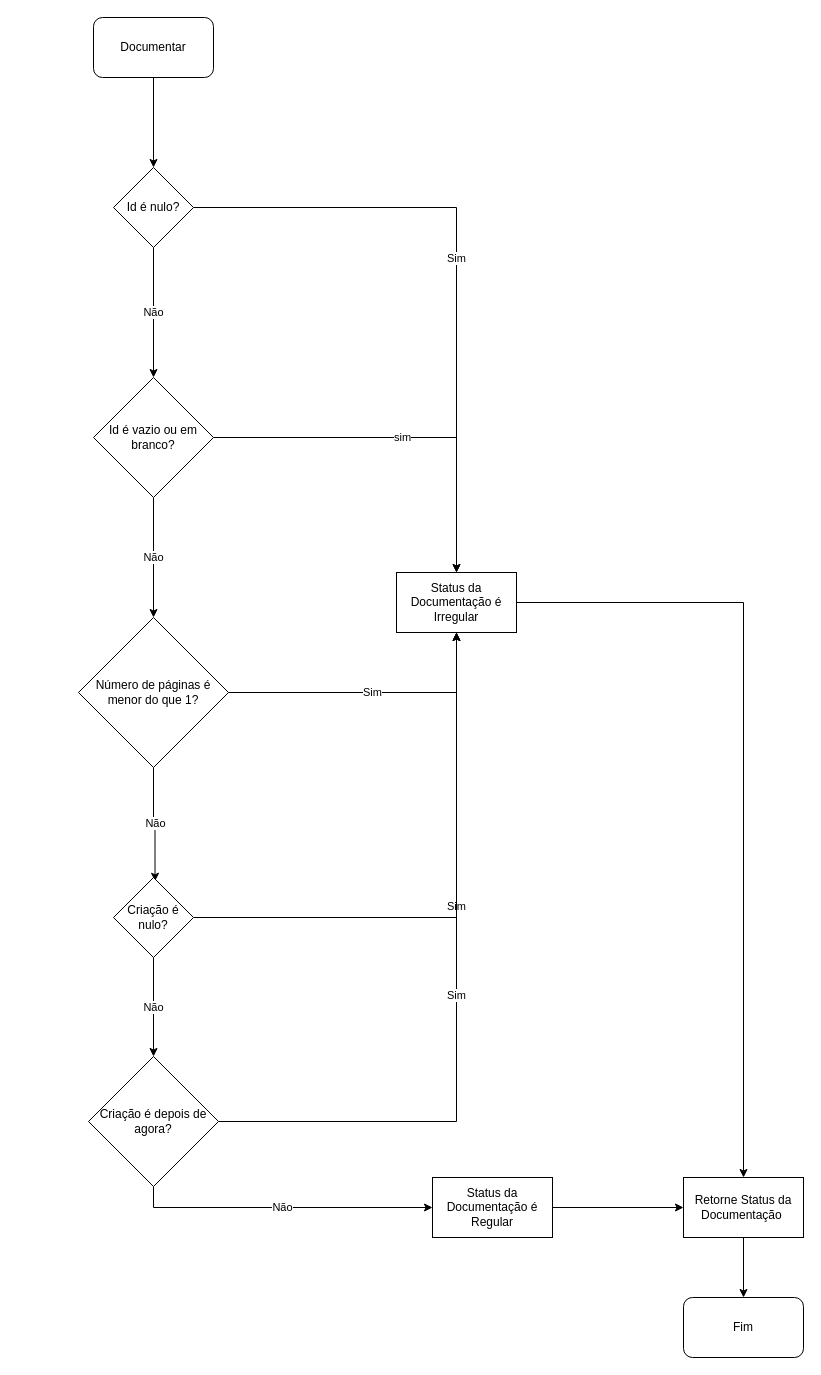
Earlier version of the draw.io diagram regras.de.negocio/participante/interno/funcionario/estagiario/documentar.drawio (andre-alck/erp). Source tidied: cells renumbered, new cells numbered last; positions are measured from the earlier drawing's top-left corner, leaving out a move shared by most shapes. Both pictures are drawn from the tidied source at 100%, with x=0, y=0 at pixel (78, 17).
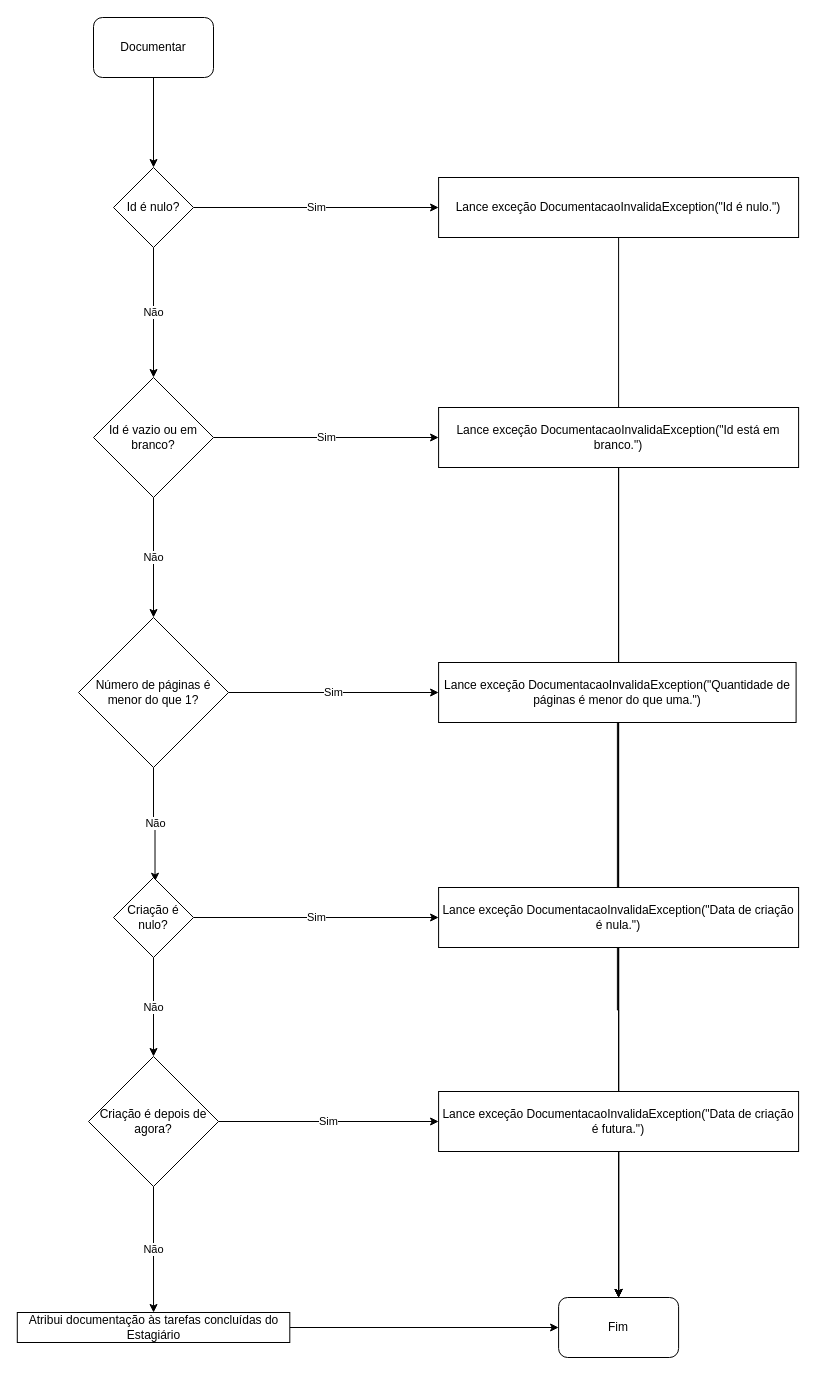
Above is the later version.

Commit message (it also covers changes not shown here):
docs: update uml para documentar e trabalhar

The change refers to these unchanged cells:
```xml
<mxCell id="13" value="Id é nulo?" style="rhombus;whiteSpace=wrap;html=1;" parent="1" vertex="1">
  <mxGeometry x="35" y="150" width="80" height="80" as="geometry" />
</mxCell>
<mxCell id="16" value="Id é vazio ou em branco?" style="rhombus;whiteSpace=wrap;html=1;" parent="1" vertex="1">
  <mxGeometry x="15" y="360" width="120" height="120" as="geometry" />
</mxCell>
<mxCell id="19" value="Número de páginas é menor do que 1?" style="rhombus;whiteSpace=wrap;html=1;" parent="1" vertex="1">
  <mxGeometry y="600" width="150" height="150" as="geometry" />
</mxCell>
<mxCell id="22" value="Criação é nulo?" style="rhombus;whiteSpace=wrap;html=1;" parent="1" vertex="1">
  <mxGeometry x="35" y="860" width="80" height="80" as="geometry" />
</mxCell>
<mxCell id="25" value="Criação é depois de agora?" style="rhombus;whiteSpace=wrap;html=1;" parent="1" vertex="1">
  <mxGeometry x="10" y="1039" width="130" height="130" as="geometry" />
</mxCell>
```

The edit, as a diff of the source:
```diff
@@
-    <mxCell id="4" style="edgeStyle=orthogonalEdgeStyle;rounded=0;jettySize=auto;html=1;entryX=0.5;entryY=0;entryDx=0;entryDy=0;" parent="1" edge="1" source="5" target="9">
-      <mxGeometry relative="1" as="geometry" />
-    </mxCell>
-    <mxCell id="5" value="Status da Documentação é Irregular" style="rounded=0;whiteSpace=wrap;html=1;" parent="1" vertex="1">
-      <mxGeometry x="318" y="555" width="120" height="60" as="geometry" />
-    </mxCell>
-    <mxCell id="6" style="edgeStyle=orthogonalEdgeStyle;rounded=0;jettySize=auto;html=1;entryX=0;entryY=0.5;entryDx=0;entryDy=0;" parent="1" edge="1" source="7" target="9">
-      <mxGeometry relative="1" as="geometry" />
-    </mxCell>
-    <mxCell id="7" value="Status da Documentação&amp;nbsp;é Regular" style="rounded=0;whiteSpace=wrap;html=1;" parent="1" vertex="1">
-      <mxGeometry x="354" y="1160" width="120" height="60" as="geometry" />
-    </mxCell>
-    <mxCell id="8" style="edgeStyle=orthogonalEdgeStyle;rounded=0;jettySize=auto;html=1;entryX=0.5;entryY=0;entryDx=0;entryDy=0;" parent="1" edge="1" source="9" target="10">
-      <mxGeometry relative="1" as="geometry" />
-    </mxCell>
-    <mxCell id="9" value="Retorne Status da Documentação&amp;nbsp;" style="rounded=0;whiteSpace=wrap;html=1;" parent="1" vertex="1">
-      <mxGeometry x="605" y="1160" width="120" height="60" as="geometry" />
-    </mxCell>
     <mxCell id="10" value="Fim" style="rounded=1;whiteSpace=wrap;html=1;" parent="1" vertex="1">
-      <mxGeometry x="605" y="1280" width="120" height="60" as="geometry" />
+      <mxGeometry x="480.1" y="1280" width="120" height="60" as="geometry" />
     </mxCell>
@@
-    <mxCell id="12" value="Sim" style="edgeStyle=orthogonalEdgeStyle;rounded=0;jettySize=auto;html=1;entryX=0.5;entryY=0;entryDx=0;entryDy=0;" parent="1" edge="1" source="13" target="5">
-      <mxGeometry relative="1" as="geometry" />
-    </mxCell>
+    <mxCell id="26" value="Sim" style="edgeStyle=orthogonalEdgeStyle;rounded=0;jettySize=auto;html=1;entryX=0;entryY=0.5;entryDx=0;entryDy=0;" parent="1" edge="1" source="13" target="32">
+      <mxGeometry relative="1" as="geometry" />
+    </mxCell>
@@
-    <mxCell id="15" value="sim" style="edgeStyle=orthogonalEdgeStyle;rounded=0;jettySize=auto;html=1;entryX=0.5;entryY=0;entryDx=0;entryDy=0;" parent="1" edge="1" source="16" target="5">
-      <mxGeometry relative="1" as="geometry" />
-    </mxCell>
+    <mxCell id="27" value="Sim" style="edgeStyle=orthogonalEdgeStyle;rounded=0;jettySize=auto;html=1;entryX=0;entryY=0.5;entryDx=0;entryDy=0;" parent="1" edge="1" source="16" target="34">
+      <mxGeometry relative="1" as="geometry" />
+    </mxCell>
@@
-    <mxCell id="18" value="Sim" style="edgeStyle=orthogonalEdgeStyle;rounded=0;jettySize=auto;html=1;entryX=0.5;entryY=1;entryDx=0;entryDy=0;" parent="1" edge="1" source="19" target="5">
-      <mxGeometry relative="1" as="geometry" />
-    </mxCell>
+    <mxCell id="28" value="Sim" style="edgeStyle=orthogonalEdgeStyle;rounded=0;jettySize=auto;html=1;entryX=0;entryY=0.5;entryDx=0;entryDy=0;" parent="1" edge="1" source="19" target="36">
+      <mxGeometry relative="1" as="geometry" />
+    </mxCell>
@@
-    <mxCell id="21" value="Sim" style="edgeStyle=orthogonalEdgeStyle;rounded=0;jettySize=auto;html=1;entryX=0.5;entryY=1;entryDx=0;entryDy=0;" parent="1" edge="1" source="22" target="5">
-      <mxGeometry relative="1" as="geometry" />
-    </mxCell>
+    <mxCell id="29" value="Sim" style="edgeStyle=orthogonalEdgeStyle;rounded=0;jettySize=auto;html=1;entryX=0;entryY=0.5;entryDx=0;entryDy=0;" parent="1" edge="1" source="22" target="38">
+      <mxGeometry relative="1" as="geometry" />
+    </mxCell>
@@
+    <mxCell id="30" value="Sim" style="edgeStyle=orthogonalEdgeStyle;rounded=0;jettySize=auto;html=1;entryX=0;entryY=0.5;entryDx=0;entryDy=0;" parent="1" edge="1" source="25" target="40">
+      <mxGeometry relative="1" as="geometry" />
+    </mxCell>
-    <mxCell id="23" value="Não" style="edgeStyle=orthogonalEdgeStyle;rounded=0;jettySize=auto;html=1;entryX=0;entryY=0.5;entryDx=0;entryDy=0;exitX=0.5;exitY=1;exitDx=0;exitDy=0;" parent="1" edge="1" source="25" target="7">
+    <mxCell id="23" value="Não" style="edgeStyle=orthogonalEdgeStyle;rounded=0;jettySize=auto;html=1;entryX=0.5;entryY=0;entryDx=0;entryDy=0;" parent="1" edge="1" source="25" target="42">
       <mxGeometry relative="1" as="geometry" />
     </mxCell>
-    <mxCell id="24" value="Sim" style="edgeStyle=orthogonalEdgeStyle;rounded=0;jettySize=auto;html=1;entryX=0.5;entryY=1;entryDx=0;entryDy=0;" parent="1" edge="1" source="25" target="5">
-      <mxGeometry relative="1" as="geometry" />
-    </mxCell>
@@
+    <mxCell id="31" style="edgeStyle=orthogonalEdgeStyle;rounded=0;jettySize=auto;html=1;entryX=0.5;entryY=0;entryDx=0;entryDy=0;" parent="1" edge="1" source="32" target="10">
+      <mxGeometry relative="1" as="geometry" />
+    </mxCell>
+    <mxCell id="32" value="Lance exceção&amp;nbsp;DocumentacaoInvalidaException(&quot;Id é nulo.&lt;span style=&quot;background-color: initial;&quot;&gt;&quot;)&lt;/span&gt;" style="rounded=0;whiteSpace=wrap;html=1;" parent="1" vertex="1">
+      <mxGeometry x="360.1" y="160" width="360" height="60" as="geometry" />
+    </mxCell>
+    <mxCell id="33" style="edgeStyle=orthogonalEdgeStyle;rounded=0;jettySize=auto;html=1;entryX=0.5;entryY=0;entryDx=0;entryDy=0;" parent="1" edge="1" source="34" target="10">
+      <mxGeometry relative="1" as="geometry" />
+    </mxCell>
+    <mxCell id="34" value="Lance exceção DocumentacaoInvalidaException(&quot;Id está em branco.&quot;)" style="rounded=0;whiteSpace=wrap;html=1;" parent="1" vertex="1">
+      <mxGeometry x="360.1" y="390" width="360" height="60" as="geometry" />
+    </mxCell>
+    <mxCell id="35" style="edgeStyle=orthogonalEdgeStyle;rounded=0;jettySize=auto;html=1;entryX=0.5;entryY=0;entryDx=0;entryDy=0;" parent="1" edge="1" source="36" target="10">
+      <mxGeometry relative="1" as="geometry" />
+    </mxCell>
+    <mxCell id="36" value="Lance exceção DocumentacaoInvalidaException(&quot;Quantidade de páginas é menor do que uma.&quot;)" style="rounded=0;whiteSpace=wrap;html=1;" parent="1" vertex="1">
+      <mxGeometry x="360.1" y="645" width="357.5" height="60" as="geometry" />
+    </mxCell>
+    <mxCell id="37" style="edgeStyle=orthogonalEdgeStyle;rounded=0;jettySize=auto;html=1;entryX=0.5;entryY=0;entryDx=0;entryDy=0;" parent="1" edge="1" source="38" target="10">
+      <mxGeometry relative="1" as="geometry" />
+    </mxCell>
+    <mxCell id="38" value="Lance exceção DocumentacaoInvalidaException(&quot;Data de criação é nula.&quot;)" style="rounded=0;whiteSpace=wrap;html=1;" parent="1" vertex="1">
+      <mxGeometry x="360.1" y="870" width="360" height="60" as="geometry" />
+    </mxCell>
+    <mxCell id="39" style="edgeStyle=orthogonalEdgeStyle;rounded=0;jettySize=auto;html=1;entryX=0.5;entryY=0;entryDx=0;entryDy=0;" parent="1" edge="1" source="40" target="10">
+      <mxGeometry relative="1" as="geometry" />
+    </mxCell>
+    <mxCell id="40" value="Lance exceção DocumentacaoInvalidaException(&quot;Data de criação é futura.&quot;)" style="rounded=0;whiteSpace=wrap;html=1;" parent="1" vertex="1">
+      <mxGeometry x="360.1" y="1074" width="360" height="60" as="geometry" />
+    </mxCell>
+    <mxCell id="41" style="edgeStyle=orthogonalEdgeStyle;rounded=0;jettySize=auto;html=1;entryX=0;entryY=0.5;entryDx=0;entryDy=0;" parent="1" edge="1" source="42" target="10">
+      <mxGeometry relative="1" as="geometry" />
+    </mxCell>
+    <mxCell id="42" value="Atribui documentação às tarefas concluídas do Estagiário" style="rounded=0;whiteSpace=wrap;html=1;" parent="1" vertex="1">
+      <mxGeometry x="-61.2" y="1295" width="272.5" height="30" as="geometry" />
+    </mxCell>
```
